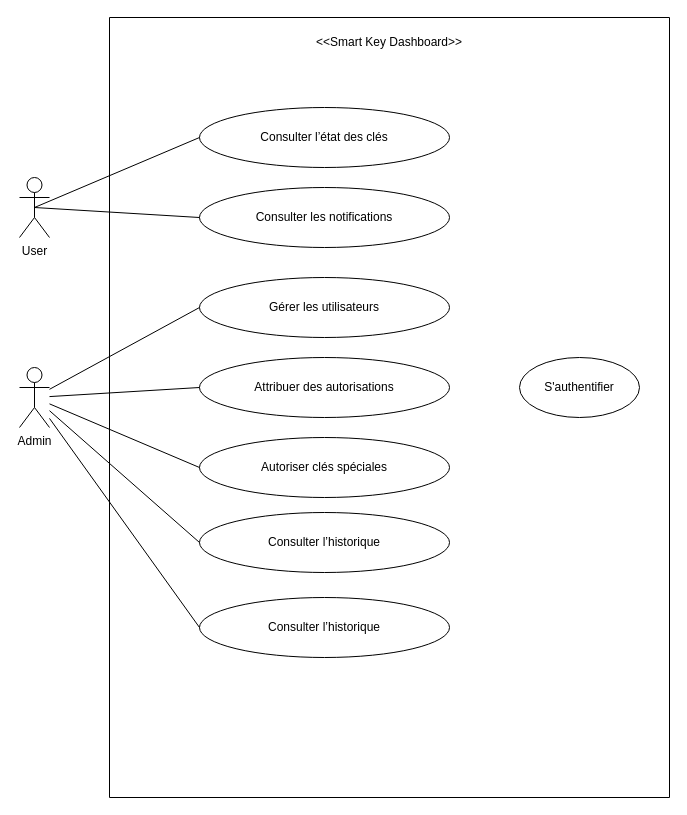
Above: dashboard-system-design.drawio in YosrMekkii/smart-key-management-web (draw.io), before the change. Source tidied: cells renumbered, new cells numbered last; positions are measured from the earlier drawing's top-left corner, leaving out a move shared by most shapes. Both pictures are drawn from the tidied source at 100%, with x=0, y=0 at pixel (19, 17).
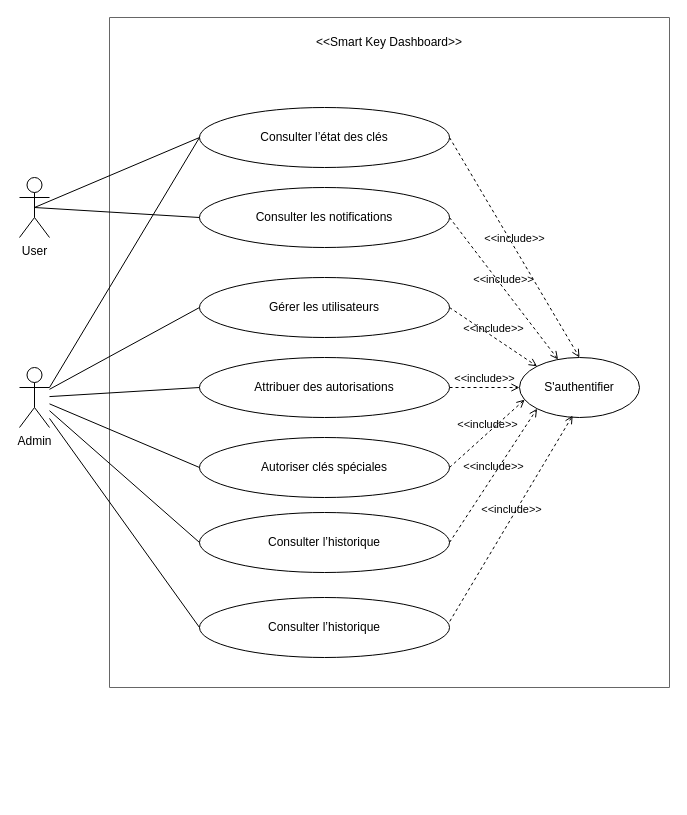
The same diagram, later.

Commit message (it also covers changes not shown here):
Mettre à jour dashboard-system-design.drawio

Unchanged cells that the change refers to:
```xml
<mxCell id="4" value="Consulter l’état des clés" style="ellipse;whiteSpace=wrap;html=1;" parent="3" vertex="1">
  <mxGeometry x="90" y="90" width="250" height="60" as="geometry" />
</mxCell>
<mxCell id="5" value="Consulter les notifications" style="ellipse;whiteSpace=wrap;html=1;" parent="3" vertex="1">
  <mxGeometry x="90" y="170" width="250" height="60" as="geometry" />
</mxCell>
<mxCell id="6" value="Attribuer des autorisations" style="ellipse;whiteSpace=wrap;html=1;" parent="3" vertex="1">
  <mxGeometry x="90" y="340" width="250" height="60" as="geometry" />
</mxCell>
<mxCell id="7" value="Gérer les utilisateurs" style="ellipse;whiteSpace=wrap;html=1;" parent="3" vertex="1">
  <mxGeometry x="90" y="260" width="250" height="60" as="geometry" />
</mxCell>
<mxCell id="8" value="Autoriser clés spéciales" style="ellipse;whiteSpace=wrap;html=1;" parent="3" vertex="1">
  <mxGeometry x="90" y="420" width="250" height="60" as="geometry" />
</mxCell>
<mxCell id="9" value="Consulter l’historique" style="ellipse;whiteSpace=wrap;html=1;" parent="3" vertex="1">
  <mxGeometry x="90" y="495" width="250" height="60" as="geometry" />
</mxCell>
<mxCell id="10" value="Consulter l’historique" style="ellipse;whiteSpace=wrap;html=1;" parent="3" vertex="1">
  <mxGeometry x="90" y="580" width="250" height="60" as="geometry" />
</mxCell>
<mxCell id="11" value="S'authentifier" style="ellipse;whiteSpace=wrap;html=1;" parent="3" vertex="1">
  <mxGeometry x="410" y="340" width="120" height="60" as="geometry" />
</mxCell>
```

What changed in the source:
```diff
@@
-    <mxCell id="3" style="swimlane;startSize=0;" parent="1" vertex="1">
-      <mxGeometry x="90" width="560" height="780" as="geometry" />
+    <mxCell id="3" style="swimlane;startSize=0;fillColor=#f5f5f5;fontColor=#333333;strokeColor=#666666;" parent="1" vertex="1">
+      <mxGeometry x="90" width="560" height="670" as="geometry" />
     </mxCell>
@@
+    <mxCell id="21" value="&amp;lt;&amp;lt;include&amp;gt;&amp;gt;" style="html=1;verticalAlign=bottom;labelBackgroundColor=none;endArrow=open;endFill=0;dashed=1;rounded=0;exitX=1;exitY=0.5;exitDx=0;exitDy=0;entryX=0.5;entryY=0;entryDx=0;entryDy=0;" parent="3" edge="1" source="4" target="11">
+      <mxGeometry relative="1" as="geometry" />
+    </mxCell>
+    <mxCell id="22" value="&amp;lt;&amp;lt;include&amp;gt;&amp;gt;" style="html=1;verticalAlign=bottom;labelBackgroundColor=none;endArrow=open;endFill=0;dashed=1;rounded=0;exitX=1;exitY=0.5;exitDx=0;exitDy=0;" parent="3" edge="1" source="5" target="11">
+      <mxGeometry relative="1" as="geometry" />
+    </mxCell>
+    <mxCell id="23" value="&amp;lt;&amp;lt;include&amp;gt;&amp;gt;" style="html=1;verticalAlign=bottom;labelBackgroundColor=none;endArrow=open;endFill=0;dashed=1;rounded=0;exitX=1;exitY=0.5;exitDx=0;exitDy=0;entryX=0;entryY=0;entryDx=0;entryDy=0;" parent="3" edge="1" source="7" target="11">
+      <mxGeometry relative="1" as="geometry" />
+    </mxCell>
+    <mxCell id="24" value="&amp;lt;&amp;lt;include&amp;gt;&amp;gt;" style="html=1;verticalAlign=bottom;labelBackgroundColor=none;endArrow=open;endFill=0;dashed=1;rounded=0;exitX=1;exitY=0.5;exitDx=0;exitDy=0;entryX=0;entryY=0.5;entryDx=0;entryDy=0;" parent="3" edge="1" source="6" target="11">
+      <mxGeometry relative="1" as="geometry" />
+    </mxCell>
+    <mxCell id="25" value="&amp;lt;&amp;lt;include&amp;gt;&amp;gt;" style="html=1;verticalAlign=bottom;labelBackgroundColor=none;endArrow=open;endFill=0;dashed=1;rounded=0;exitX=1;exitY=0.5;exitDx=0;exitDy=0;entryX=0.043;entryY=0.702;entryDx=0;entryDy=0;entryPerimeter=0;" parent="3" edge="1" source="8" target="11">
+      <mxGeometry relative="1" as="geometry" />
+    </mxCell>
+    <mxCell id="26" value="&amp;lt;&amp;lt;include&amp;gt;&amp;gt;" style="html=1;verticalAlign=bottom;labelBackgroundColor=none;endArrow=open;endFill=0;dashed=1;rounded=0;exitX=1;exitY=0.5;exitDx=0;exitDy=0;entryX=0;entryY=1;entryDx=0;entryDy=0;" parent="3" edge="1" source="9" target="11">
+      <mxGeometry relative="1" as="geometry" />
+    </mxCell>
+    <mxCell id="27" value="&amp;lt;&amp;lt;include&amp;gt;&amp;gt;" style="html=1;verticalAlign=bottom;labelBackgroundColor=none;endArrow=open;endFill=0;dashed=1;rounded=0;exitX=1.001;exitY=0.398;exitDx=0;exitDy=0;entryX=0.443;entryY=0.968;entryDx=0;entryDy=0;exitPerimeter=0;entryPerimeter=0;" parent="3" edge="1" source="10" target="11">
+      <mxGeometry relative="1" as="geometry" />
+    </mxCell>
@@
+    <mxCell id="28" style="endArrow=none;html=1;rounded=0;entryX=0;entryY=0.5;entryDx=0;entryDy=0;" parent="1" edge="1" target="4">
+      <mxGeometry relative="1" as="geometry">
+        <mxPoint x="30" y="370" as="sourcePoint" />
+      </mxGeometry>
+    </mxCell>
```
